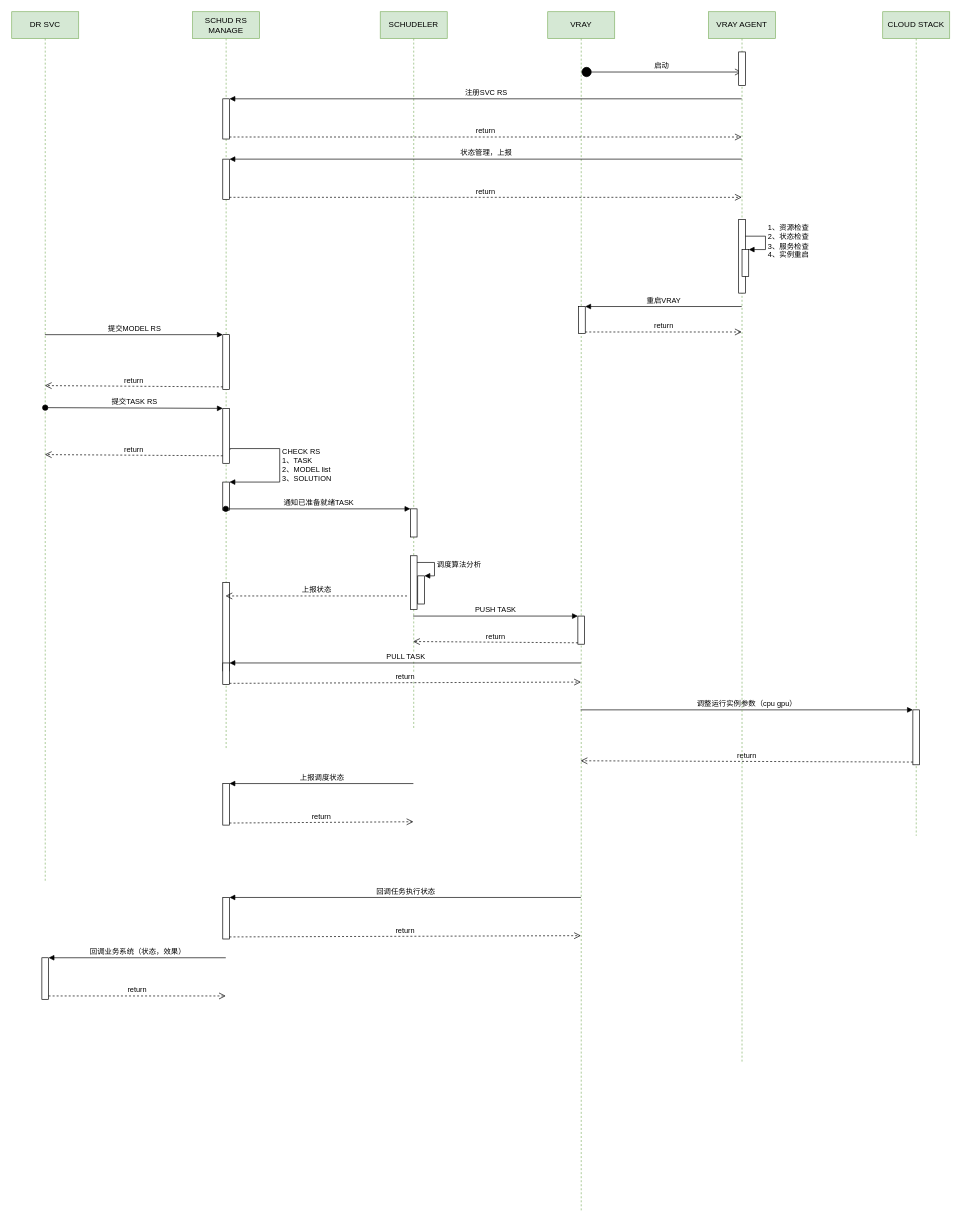
This is 平台2.0/云渲染调度时序图.drawio from Msimplehub/abbysun, a draw.io file, before an edit. Source tidied: cells renumbered, new cells numbered last; positions are measured from the earlier drawing's top-left corner, leaving out a move shared by most shapes. Both pictures are drawn from the tidied source at 67%, with x=0, y=0 at pixel (11, 11).
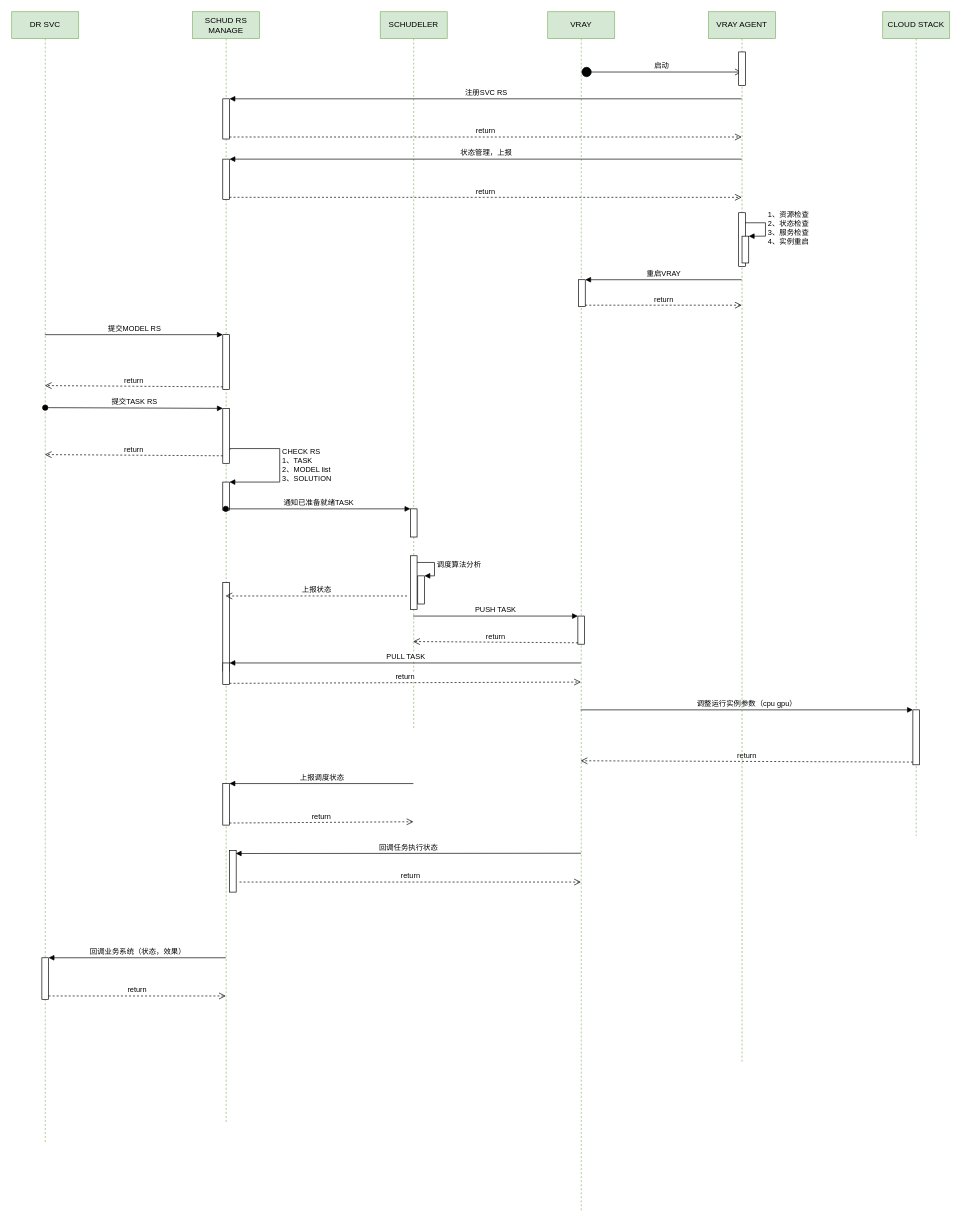
The same page after the edit.

Commit message (it also covers changes not shown here):
Update 云渲染调度时序图.drawio

Unchanged cells that the change refers to:
```xml
<mxCell id="15" value="VRAY" style="shape=umlLifeline;perimeter=lifelinePerimeter;whiteSpace=wrap;html=1;fillColor=#d5e8d4;strokeColor=#82b366;" parent="1" vertex="1">
  <mxGeometry x="800" width="100" height="1790" as="geometry" />
</mxCell>
<mxCell id="46" value="VRAY AGENT" style="shape=umlLifeline;perimeter=lifelinePerimeter;whiteSpace=wrap;html=1;outlineConnect=0;fillColor=#d5e8d4;strokeColor=#82b366;" parent="1" vertex="1">
  <mxGeometry x="1040" width="100" height="1570" as="geometry" />
</mxCell>
```

Change to the diagram source:
```diff
@@
     <mxCell id="2" value="DR SVC" style="shape=umlLifeline;perimeter=lifelinePerimeter;whiteSpace=wrap;html=1;fillColor=#d5e8d4;strokeColor=#82b366;" parent="1" vertex="1">
-      <mxGeometry width="100" height="1300" as="geometry" />
+      <mxGeometry width="100" height="1690" as="geometry" />
     </mxCell>
@@
     <mxCell id="4" value="SCHUD RS MANAGE" style="shape=umlLifeline;perimeter=lifelinePerimeter;whiteSpace=wrap;html=1;fillColor=#d5e8d4;strokeColor=#82b366;" parent="1" vertex="1">
-      <mxGeometry x="270" width="100" height="1100" as="geometry" />
+      <mxGeometry x="270" width="100" height="1660" as="geometry" />
     </mxCell>
@@
     <mxCell id="10" style="html=1;points=[];perimeter=orthogonalPerimeter;" parent="4" vertex="1">
-      <mxGeometry x="45" y="1322" width="10" height="62" as="geometry" />
+      <mxGeometry x="55" y="1252" width="10" height="62" as="geometry" />
     </mxCell>
@@
     <mxCell id="18" style="html=1;points=[];perimeter=orthogonalPerimeter;" parent="15" vertex="1">
-      <mxGeometry x="46" y="440" width="10" height="40" as="geometry" />
+      <mxGeometry x="46" y="400" width="10" height="40" as="geometry" />
     </mxCell>
@@
-    <mxCell id="37" value="回调任务执行状态" style="html=1;verticalAlign=bottom;endArrow=block;entryX=1;entryY=0;rounded=0;" parent="1" edge="1" target="10">
+    <mxCell id="37" value="回调任务执行状态" style="html=1;verticalAlign=bottom;endArrow=block;rounded=0;entryX=0.943;entryY=0.329;entryDx=0;entryDy=0;entryPerimeter=0;" parent="1" edge="1">
       <mxGeometry relative="1" as="geometry">
-        <mxPoint x="849.5" y="1322" as="sourcePoint" />
+        <mxPoint x="849.5" y="1256" as="sourcePoint" />
+        <mxPoint x="334.4" y="1256.4" as="targetPoint" />
       </mxGeometry>
     </mxCell>
-    <mxCell id="38" value="return" style="html=1;verticalAlign=bottom;endArrow=open;dashed=1;endSize=8;exitX=1;exitY=0.95;rounded=0;" parent="1" edge="1" source="10">
+    <mxCell id="38" value="return" style="html=1;verticalAlign=bottom;endArrow=open;dashed=1;endSize=8;rounded=0;" parent="1" edge="1">
       <mxGeometry relative="1" as="geometry">
-        <mxPoint x="849.5" y="1379" as="targetPoint" />
+        <mxPoint x="340" y="1299" as="sourcePoint" />
+        <mxPoint x="849.5" y="1299" as="targetPoint" />
       </mxGeometry>
     </mxCell>
@@
     <mxCell id="48" style="html=1;perimeter=orthogonalPerimeter;" parent="46" vertex="1">
-      <mxGeometry x="45" y="310" width="10" height="110" as="geometry" />
+      <mxGeometry x="45" y="300" width="10" height="80" as="geometry" />
     </mxCell>
     <mxCell id="49" style="html=1;points=[];perimeter=orthogonalPerimeter;" parent="46" vertex="1">
-      <mxGeometry x="50" y="355" width="10" height="40" as="geometry" />
+      <mxGeometry x="50" y="335" width="10" height="40" as="geometry" />
     </mxCell>
     <mxCell id="50" value="1、资源检查&lt;br&gt;2、状态检查&lt;br&gt;3、服务检查&lt;br&gt;4、实例重启" style="edgeStyle=orthogonalEdgeStyle;html=1;align=left;spacingLeft=2;endArrow=block;rounded=0;entryX=1;entryY=0;" parent="46" edge="1" target="49">
       <mxGeometry relative="1" as="geometry">
-        <mxPoint x="55" y="335" as="sourcePoint" />
+        <mxPoint x="55" y="315" as="sourcePoint" />
         <Array as="points">
-          <mxPoint x="85" y="335" />
+          <mxPoint x="85" y="315" />
         </Array>
       </mxGeometry>
     </mxCell>
@@
-    <mxCell id="53" value="重启VRAY" style="html=1;verticalAlign=bottom;endArrow=block;entryX=1;entryY=0;rounded=0;" parent="1" edge="1" source="46" target="18">
-      <mxGeometry relative="1" as="geometry" />
+    <mxCell id="53" value="重启VRAY" style="html=1;verticalAlign=bottom;endArrow=block;entryX=1;entryY=0;rounded=0;" parent="1" edge="1" target="18">
+      <mxGeometry relative="1" as="geometry">
+        <mxPoint x="1089.5" y="400" as="sourcePoint" />
+      </mxGeometry>
     </mxCell>
-    <mxCell id="54" value="return" style="html=1;verticalAlign=bottom;endArrow=open;dashed=1;endSize=8;exitX=1;exitY=0.95;rounded=0;" parent="1" edge="1" source="18" target="46">
-      <mxGeometry relative="1" as="geometry" />
+    <mxCell id="54" value="return" style="html=1;verticalAlign=bottom;endArrow=open;dashed=1;endSize=8;exitX=1;exitY=0.95;rounded=0;" parent="1" edge="1" source="18">
+      <mxGeometry relative="1" as="geometry">
+        <mxPoint x="1089.5" y="438" as="targetPoint" />
+      </mxGeometry>
     </mxCell>
```
